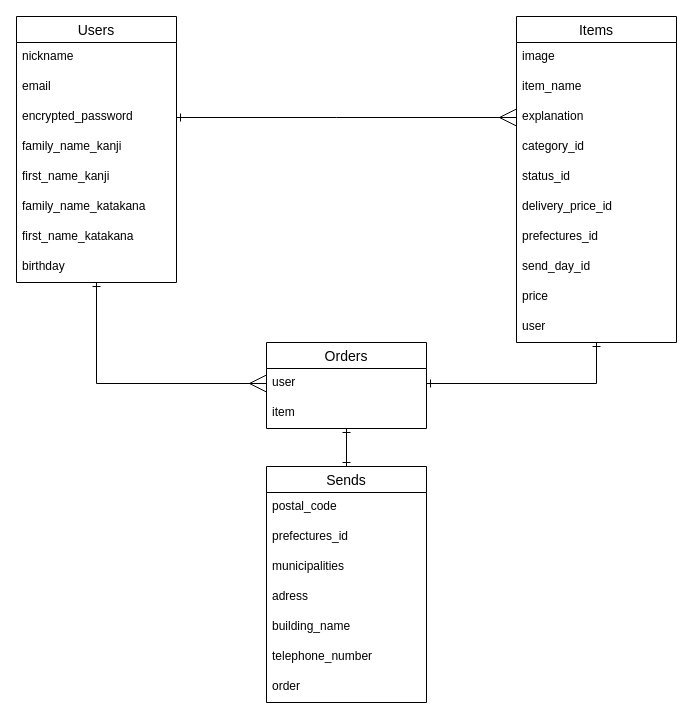
The draw.io diagram furima35909.dio in blue8leaf/furima-35909, before the edit. Source tidied: cells renumbered, new cells numbered last; positions are measured from the earlier drawing's top-left corner, leaving out a move shared by most shapes. Both pictures are drawn from the tidied source at 100%, with x=0, y=0 at pixel (16, 16).
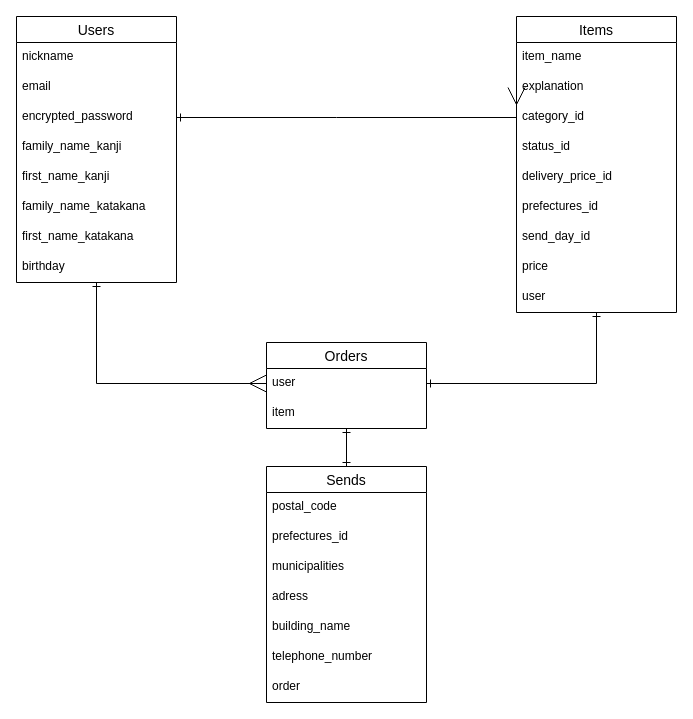
Above is the later version.

Diff of the diagram source:
```diff
@@
     <mxCell id="13" value="Items" style="swimlane;fontStyle=0;horizontal=1;startSize=26;align=center;fontSize=14;" parent="1" vertex="1">
-      <mxGeometry x="500" width="160" height="326" as="geometry" />
+      <mxGeometry x="500" width="160" height="296" as="geometry" />
     </mxCell>
-    <mxCell id="14" value="image" style="text;strokeColor=none;fillColor=none;spacingLeft=4;spacingRight=4;overflow=hidden;fontSize=12;" parent="13" vertex="1">
-      <mxGeometry y="26" width="160" height="30" as="geometry" />
-    </mxCell>
     <mxCell id="15" value="item_name" style="text;strokeColor=none;fillColor=none;spacingLeft=4;spacingRight=4;overflow=hidden;fontSize=12;" parent="13" vertex="1">
-      <mxGeometry y="56" width="160" height="30" as="geometry" />
+      <mxGeometry y="26" width="160" height="30" as="geometry" />
     </mxCell>
     <mxCell id="16" value="explanation" style="text;strokeColor=none;fillColor=none;spacingLeft=4;spacingRight=4;overflow=hidden;points=[[0,0.5],[1,0.5]];portConstraint=eastwest;fontSize=12;" parent="13" vertex="1">
-      <mxGeometry y="86" width="160" height="30" as="geometry" />
+      <mxGeometry y="56" width="160" height="30" as="geometry" />
     </mxCell>
     <mxCell id="17" value="category_id " style="text;strokeColor=none;fillColor=none;spacingLeft=4;spacingRight=4;overflow=hidden;fontSize=12;" parent="13" vertex="1">
-      <mxGeometry y="116" width="160" height="30" as="geometry" />
+      <mxGeometry y="86" width="160" height="30" as="geometry" />
     </mxCell>
     <mxCell id="18" value="status_id" style="text;strokeColor=none;fillColor=none;spacingLeft=4;spacingRight=4;overflow=hidden;fontSize=12;" parent="13" vertex="1">
-      <mxGeometry y="146" width="160" height="30" as="geometry" />
+      <mxGeometry y="116" width="160" height="30" as="geometry" />
     </mxCell>
     <mxCell id="19" value="delivery_price_id " style="text;strokeColor=none;fillColor=none;spacingLeft=4;spacingRight=4;overflow=hidden;fontSize=12;" parent="13" vertex="1">
-      <mxGeometry y="176" width="160" height="30" as="geometry" />
+      <mxGeometry y="146" width="160" height="30" as="geometry" />
     </mxCell>
     <mxCell id="20" value="prefectures_id" style="text;strokeColor=none;fillColor=none;spacingLeft=4;spacingRight=4;overflow=hidden;fontSize=12;" parent="13" vertex="1">
-      <mxGeometry y="206" width="160" height="30" as="geometry" />
+      <mxGeometry y="176" width="160" height="30" as="geometry" />
     </mxCell>
     <mxCell id="21" value="send_day_id " style="text;strokeColor=none;fillColor=none;spacingLeft=4;spacingRight=4;overflow=hidden;fontSize=12;" parent="13" vertex="1">
-      <mxGeometry y="236" width="160" height="30" as="geometry" />
+      <mxGeometry y="206" width="160" height="30" as="geometry" />
     </mxCell>
     <mxCell id="22" value="price" style="text;strokeColor=none;fillColor=none;spacingLeft=4;spacingRight=4;overflow=hidden;fontSize=12;" parent="13" vertex="1">
-      <mxGeometry y="266" width="160" height="30" as="geometry" />
+      <mxGeometry y="236" width="160" height="30" as="geometry" />
     </mxCell>
     <mxCell id="23" value="user" style="text;strokeColor=none;fillColor=none;spacingLeft=4;spacingRight=4;overflow=hidden;fontSize=12;" parent="13" vertex="1">
-      <mxGeometry y="296" width="160" height="30" as="geometry" />
+      <mxGeometry y="266" width="160" height="30" as="geometry" />
     </mxCell>
```
